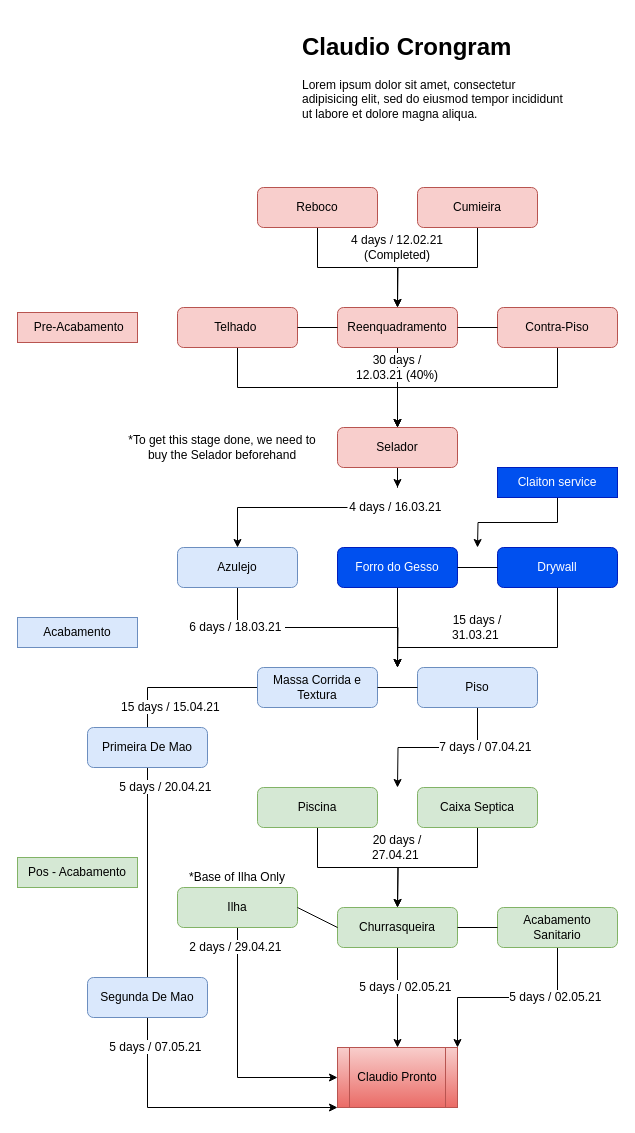
Before: Untitled Diagram.drawio in Magnanimoose/Mansion-Construction, a draw.io diagram. Source tidied: cells renumbered, new cells numbered last; positions are measured from the earlier drawing's top-left corner, leaving out a move shared by most shapes. Both pictures are drawn from the tidied source at 100%, with x=0, y=0 at pixel (17, 27).
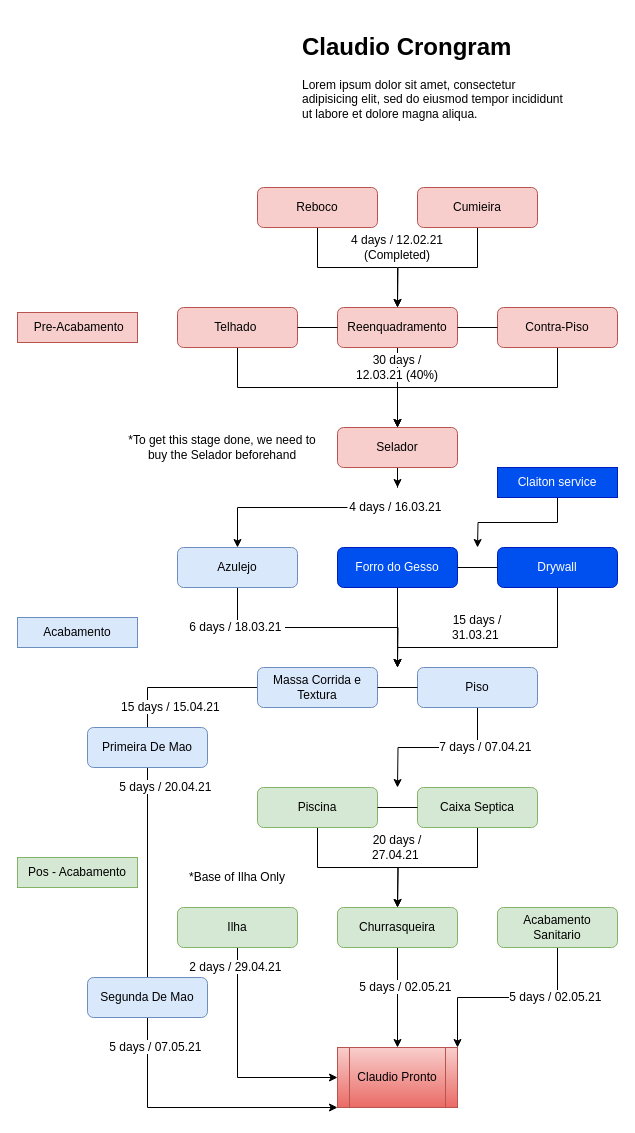
Above is the later version.

Unchanged cells that the change refers to:
```xml
<mxCell id="28" value="Piscina" style="rounded=1;whiteSpace=wrap;html=1;fontSize=12;glass=0;strokeWidth=1;shadow=0;fillColor=#d5e8d4;strokeColor=#82b366;" parent="1" vertex="1">
  <mxGeometry x="240" y="760" width="120" height="40" as="geometry" />
</mxCell>
<mxCell id="30" value="Acabamento Sanitario" style="rounded=1;whiteSpace=wrap;html=1;fontSize=12;glass=0;strokeWidth=1;shadow=0;fillColor=#d5e8d4;strokeColor=#82b366;" parent="1" vertex="1">
  <mxGeometry x="480" y="880" width="120" height="40" as="geometry" />
</mxCell>
<mxCell id="32" value="Caixa Septica" style="rounded=1;whiteSpace=wrap;html=1;fontSize=12;glass=0;strokeWidth=1;shadow=0;fillColor=#d5e8d4;strokeColor=#82b366;" parent="1" vertex="1">
  <mxGeometry x="400" y="760" width="120" height="40" as="geometry" />
</mxCell>
<mxCell id="36" value="Churrasqueira" style="rounded=1;whiteSpace=wrap;html=1;fontSize=12;glass=0;strokeWidth=1;shadow=0;fillColor=#d5e8d4;strokeColor=#82b366;" parent="1" vertex="1">
  <mxGeometry x="320" y="880" width="120" height="40" as="geometry" />
</mxCell>
```

The edit, as a diff of the source:
```diff
@@
     <mxCell id="34" value="Ilha" style="rounded=1;whiteSpace=wrap;html=1;fontSize=12;glass=0;strokeWidth=1;shadow=0;fillColor=#d5e8d4;strokeColor=#82b366;" parent="1" vertex="1">
-      <mxGeometry x="160" y="860" width="120" height="40" as="geometry" />
+      <mxGeometry x="160" y="880" width="120" height="40" as="geometry" />
     </mxCell>
@@
     <mxCell id="48" value="&lt;span style=&quot;background-color: rgb(255 , 255 , 255)&quot;&gt;2 days / 29.04.21&amp;nbsp;&lt;/span&gt;" style="text;html=1;align=center;verticalAlign=middle;whiteSpace=wrap;rounded=0;" parent="1" vertex="1">
-      <mxGeometry x="170" y="900" width="100" height="40" as="geometry" />
+      <mxGeometry x="170" y="920" width="100" height="40" as="geometry" />
     </mxCell>
@@
-    <mxCell id="57" style="endArrow=none;html=1;exitX=0;exitY=0.5;exitDx=0;exitDy=0;entryX=1;entryY=0.5;entryDx=0;entryDy=0;" parent="1" edge="1" source="30" target="36">
-      <mxGeometry relative="1" as="geometry" />
-    </mxCell>
-    <mxCell id="58" style="endArrow=none;html=1;exitX=1;exitY=0.5;exitDx=0;exitDy=0;entryX=0;entryY=0.5;entryDx=0;entryDy=0;" parent="1" edge="1" source="34" target="36">
-      <mxGeometry relative="1" as="geometry" />
-    </mxCell>
@@
+    <mxCell id="65" style="endArrow=none;html=1;exitX=1;exitY=0.5;exitDx=0;exitDy=0;" parent="1" edge="1" source="28" target="32">
+      <mxGeometry relative="1" as="geometry" />
+    </mxCell>
```
